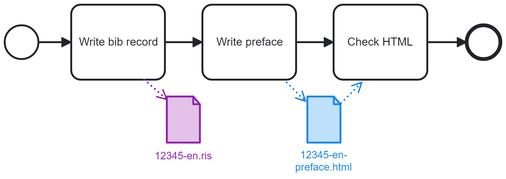
This is 3-AddInfo.png from japotrad/blue-sora, a BPMN export, as it was before one commit. Its source is kept beside it as 3-AddInfo.bpmn. Ids are renumbered. Source of this version:
```xml
<bpmn:definitions xmlns:bpmn="http://www.omg.org/spec/BPMN/20100524/MODEL" xmlns:bpmndi="http://www.omg.org/spec/BPMN/20100524/DI" xmlns:dc="http://www.omg.org/spec/DD/20100524/DC" xmlns:bioc="http://bpmn.io/schema/bpmn/biocolor/1.0" xmlns:color="http://www.omg.org/spec/BPMN/non-normative/color/1.0" xmlns:di="http://www.omg.org/spec/DD/20100524/DI" xmlns:modeler="http://camunda.org/schema/modeler/1.0" id="Definitions_n1" targetNamespace="http://bpmn.io/schema/bpmn" exporter="Camunda Modeler" exporterVersion="5.29.0" modeler:executionPlatform="Camunda Cloud" modeler:executionPlatformVersion="8.2.0">
  <bpmn:process id="buildDbk" name="buildDbk" isExecutable="true">
    <bpmn:dataObjectReference id="DataObjectReference_n2" name="12345-en-preface.html" dataObjectRef="DataObject_n3" />
    <bpmn:dataObjectReference id="DataObjectReference_n4" name="12345-en.ris" dataObjectRef="DataObject_n5" />
    <bpmn:task id="Activity_n6" name="Check HTML">
      <bpmn:documentation>Check conformance to a simplified XHTML format.</bpmn:documentation>
      <bpmn:incoming>Flow_n7</bpmn:incoming>
      <bpmn:outgoing>Flow_n8</bpmn:outgoing>
      <bpmn:property id="Property_n9" name="__targetRef_placeholder" />
      <bpmn:dataInputAssociation id="DataInputAssociation_n10">
        <bpmn:sourceRef>DataObjectReference_n2</bpmn:sourceRef>
        <bpmn:targetRef>Property_n9</bpmn:targetRef>
      </bpmn:dataInputAssociation>
    </bpmn:task>
    <bpmn:dataObject id="DataObject_n5" />
    <bpmn:dataObject id="DataObject_n3" />
    <bpmn:endEvent id="Event_n11">
      <bpmn:incoming>Flow_n8</bpmn:incoming>
    </bpmn:endEvent>
    <bpmn:sequenceFlow id="Flow_n8" sourceRef="Activity_n6" targetRef="Event_n11" />
    <bpmn:sequenceFlow id="Flow_n7" sourceRef="Activity_n12" targetRef="Activity_n6" />
    <bpmn:sequenceFlow id="Flow_n13" sourceRef="StartEvent_1" targetRef="Activity_n14" />
    <bpmn:sequenceFlow id="Flow_n15" sourceRef="Activity_n14" targetRef="Activity_n12" />
    <bpmn:startEvent id="StartEvent_1">
      <bpmn:outgoing>Flow_n13</bpmn:outgoing>
    </bpmn:startEvent>
    <bpmn:task id="Activity_n14" name="Write bib record">
      <bpmn:incoming>Flow_n13</bpmn:incoming>
      <bpmn:outgoing>Flow_n15</bpmn:outgoing>
      <bpmn:dataOutputAssociation id="DataOutputAssociation_n16">
        <bpmn:targetRef>DataObjectReference_n4</bpmn:targetRef>
      </bpmn:dataOutputAssociation>
    </bpmn:task>
    <bpmn:task id="Activity_n12" name="Write preface">
      <bpmn:incoming>Flow_n15</bpmn:incoming>
      <bpmn:outgoing>Flow_n7</bpmn:outgoing>
      <bpmn:dataOutputAssociation id="DataOutputAssociation_n17">
        <bpmn:targetRef>DataObjectReference_n2</bpmn:targetRef>
      </bpmn:dataOutputAssociation>
    </bpmn:task>
  </bpmn:process>
  <bpmndi:BPMNDiagram id="BPMNDiagram_1">
    <bpmndi:BPMNPlane id="BPMNPlane_1" bpmnElement="buildDbk">
      <bpmndi:BPMNShape id="_BPMNShape_StartEvent_2" bpmnElement="StartEvent_1">
        <dc:Bounds x="179" y="99" width="36" height="36" />
      </bpmndi:BPMNShape>
      <bpmndi:BPMNShape id="Activity_n14_di" bpmnElement="Activity_n14">
        <dc:Bounds x="250" y="77" width="100" height="80" />
        <bpmndi:BPMNLabel />
      </bpmndi:BPMNShape>
      <bpmndi:BPMNShape id="Activity_n12_di" bpmnElement="Activity_n12">
        <dc:Bounds x="390" y="77" width="100" height="80" />
        <bpmndi:BPMNLabel />
      </bpmndi:BPMNShape>
      <bpmndi:BPMNShape id="Activity_n6_di" bpmnElement="Activity_n6">
        <dc:Bounds x="530" y="77" width="100" height="80" />
        <bpmndi:BPMNLabel />
      </bpmndi:BPMNShape>
      <bpmndi:BPMNShape id="Event_n11_di" bpmnElement="Event_n11">
        <dc:Bounds x="672" y="99" width="36" height="36" />
      </bpmndi:BPMNShape>
      <bpmndi:BPMNShape id="DataObjectReference_n4_di" bpmnElement="DataObjectReference_n4" bioc:stroke="#8e24aa" bioc:fill="#e1bee7" color:background-color="#e1bee7" color:border-color="#8e24aa">
        <dc:Bounds x="352" y="175" width="36" height="50" />
        <bpmndi:BPMNLabel color:color="#8e24aa">
          <dc:Bounds x="339" y="232" width="62" height="14" />
        </bpmndi:BPMNLabel>
      </bpmndi:BPMNShape>
      <bpmndi:BPMNShape id="DataObjectReference_n2_di" bpmnElement="DataObjectReference_n2" bioc:stroke="#1e88e5" bioc:fill="#bbdefb" color:background-color="#bbdefb" color:border-color="#1e88e5">
        <dc:Bounds x="502" y="175" width="36" height="50" />
        <bpmndi:BPMNLabel>
          <dc:Bounds x="489" y="231" width="61" height="27" />
        </bpmndi:BPMNLabel>
      </bpmndi:BPMNShape>
      <bpmndi:BPMNEdge id="DataOutputAssociation_n17_di" bpmnElement="DataOutputAssociation_n17" bioc:stroke="#1e88e5" color:border-color="#1e88e5">
        <di:waypoint x="480" y="160" />
        <di:waypoint x="500" y="180" />
      </bpmndi:BPMNEdge>
      <bpmndi:BPMNEdge id="DataOutputAssociation_n16_di" bpmnElement="DataOutputAssociation_n16" bioc:stroke="#8e24aa" color:border-color="#8e24aa">
        <di:waypoint x="328" y="157" />
        <di:waypoint x="352" y="178" />
      </bpmndi:BPMNEdge>
      <bpmndi:BPMNEdge id="Flow_n15_di" bpmnElement="Flow_n15">
        <di:waypoint x="350" y="117" />
        <di:waypoint x="390" y="117" />
      </bpmndi:BPMNEdge>
      <bpmndi:BPMNEdge id="Flow_n8_di" bpmnElement="Flow_n8">
        <di:waypoint x="630" y="117" />
        <di:waypoint x="672" y="117" />
      </bpmndi:BPMNEdge>
      <bpmndi:BPMNEdge id="Flow_n13_di" bpmnElement="Flow_n13">
        <di:waypoint x="215" y="117" />
        <di:waypoint x="250" y="117" />
      </bpmndi:BPMNEdge>
      <bpmndi:BPMNEdge id="Flow_n7_di" bpmnElement="Flow_n7">
        <di:waypoint x="490" y="117" />
        <di:waypoint x="530" y="117" />
      </bpmndi:BPMNEdge>
      <bpmndi:BPMNEdge id="DataInputAssociation_n10_di" bpmnElement="DataInputAssociation_n10" bioc:stroke="#1e88e5" color:border-color="#1e88e5">
        <di:waypoint x="538" y="182" />
        <di:waypoint x="560" y="160" />
      </bpmndi:BPMNEdge>
    </bpmndi:BPMNPlane>
  </bpmndi:BPMNDiagram>
</bpmn:definitions>
```
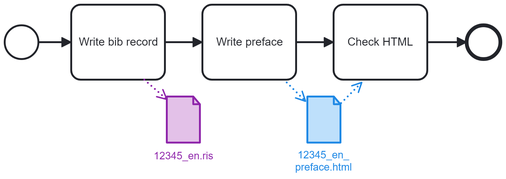
Above is the later version.

What changed in the source:
```diff
@@ -1,7 +1,7 @@
 <bpmn:definitions xmlns:bpmn="http://www.omg.org/spec/BPMN/20100524/MODEL" xmlns:bpmndi="http://www.omg.org/spec/BPMN/20100524/DI" xmlns:dc="http://www.omg.org/spec/DD/20100524/DC" xmlns:bioc="http://bpmn.io/schema/bpmn/biocolor/1.0" xmlns:color="http://www.omg.org/spec/BPMN/non-normative/color/1.0" xmlns:di="http://www.omg.org/spec/DD/20100524/DI" xmlns:modeler="http://camunda.org/schema/modeler/1.0" id="Definitions_n1" targetNamespace="http://bpmn.io/schema/bpmn" exporter="Camunda Modeler" exporterVersion="5.29.0" modeler:executionPlatform="Camunda Cloud" modeler:executionPlatformVersion="8.2.0">
   <bpmn:process id="buildDbk" name="buildDbk" isExecutable="true">
-    <bpmn:dataObjectReference id="DataObjectReference_n2" name="12345-en-preface.html" dataObjectRef="DataObject_n3" />
-    <bpmn:dataObjectReference id="DataObjectReference_n4" name="12345-en.ris" dataObjectRef="DataObject_n5" />
+    <bpmn:dataObjectReference id="DataObjectReference_n2" name="12345_en_&#10;preface.html" dataObjectRef="DataObject_n3" />
+    <bpmn:dataObjectReference id="DataObjectReference_n4" name="12345_en.ris" dataObjectRef="DataObject_n5" />
     <bpmn:task id="Activity_n6" name="Check HTML">
       <bpmn:documentation>Check conformance to a simplified XHTML format.</bpmn:documentation>
       <bpmn:incoming>Flow_n7</bpmn:incoming>
@@ -41,6 +41,25 @@
   </bpmn:process>
   <bpmndi:BPMNDiagram id="BPMNDiagram_1">
     <bpmndi:BPMNPlane id="BPMNPlane_1" bpmnElement="buildDbk">
+      <bpmndi:BPMNShape id="DataObjectReference_n2_di" bpmnElement="DataObjectReference_n2" bioc:stroke="#1e88e5" bioc:fill="#bbdefb" color:background-color="#bbdefb" color:border-color="#1e88e5">
+        <dc:Bounds x="502" y="175" width="36" height="50" />
+        <bpmndi:BPMNLabel>
+          <dc:Bounds x="489" y="231" width="62" height="27" />
+        </bpmndi:BPMNLabel>
+      </bpmndi:BPMNShape>
+      <bpmndi:BPMNShape id="DataObjectReference_n4_di" bpmnElement="DataObjectReference_n4" bioc:stroke="#8e24aa" bioc:fill="#e1bee7" color:background-color="#e1bee7" color:border-color="#8e24aa">
+        <dc:Bounds x="352" y="175" width="36" height="50" />
+        <bpmndi:BPMNLabel color:color="#8e24aa">
+          <dc:Bounds x="338" y="232" width="65" height="14" />
+        </bpmndi:BPMNLabel>
+      </bpmndi:BPMNShape>
+      <bpmndi:BPMNShape id="Activity_n6_di" bpmnElement="Activity_n6">
+        <dc:Bounds x="530" y="77" width="100" height="80" />
+        <bpmndi:BPMNLabel />
+      </bpmndi:BPMNShape>
+      <bpmndi:BPMNShape id="Event_n11_di" bpmnElement="Event_n11">
+        <dc:Bounds x="672" y="99" width="36" height="36" />
+      </bpmndi:BPMNShape>
       <bpmndi:BPMNShape id="_BPMNShape_StartEvent_2" bpmnElement="StartEvent_1">
         <dc:Bounds x="179" y="99" width="36" height="36" />
       </bpmndi:BPMNShape>
@@ -52,52 +71,33 @@
         <dc:Bounds x="390" y="77" width="100" height="80" />
         <bpmndi:BPMNLabel />
       </bpmndi:BPMNShape>
-      <bpmndi:BPMNShape id="Activity_n6_di" bpmnElement="Activity_n6">
-        <dc:Bounds x="530" y="77" width="100" height="80" />
-        <bpmndi:BPMNLabel />
-      </bpmndi:BPMNShape>
-      <bpmndi:BPMNShape id="Event_n11_di" bpmnElement="Event_n11">
-        <dc:Bounds x="672" y="99" width="36" height="36" />
-      </bpmndi:BPMNShape>
-      <bpmndi:BPMNShape id="DataObjectReference_n4_di" bpmnElement="DataObjectReference_n4" bioc:stroke="#8e24aa" bioc:fill="#e1bee7" color:background-color="#e1bee7" color:border-color="#8e24aa">
-        <dc:Bounds x="352" y="175" width="36" height="50" />
-        <bpmndi:BPMNLabel color:color="#8e24aa">
-          <dc:Bounds x="339" y="232" width="62" height="14" />
-        </bpmndi:BPMNLabel>
-      </bpmndi:BPMNShape>
-      <bpmndi:BPMNShape id="DataObjectReference_n2_di" bpmnElement="DataObjectReference_n2" bioc:stroke="#1e88e5" bioc:fill="#bbdefb" color:background-color="#bbdefb" color:border-color="#1e88e5">
-        <dc:Bounds x="502" y="175" width="36" height="50" />
-        <bpmndi:BPMNLabel>
-          <dc:Bounds x="489" y="231" width="61" height="27" />
-        </bpmndi:BPMNLabel>
-      </bpmndi:BPMNShape>
-      <bpmndi:BPMNEdge id="DataOutputAssociation_n17_di" bpmnElement="DataOutputAssociation_n17" bioc:stroke="#1e88e5" color:border-color="#1e88e5">
-        <di:waypoint x="480" y="160" />
-        <di:waypoint x="500" y="180" />
+      <bpmndi:BPMNEdge id="DataInputAssociation_n10_di" bpmnElement="DataInputAssociation_n10" bioc:stroke="#1e88e5" color:border-color="#1e88e5">
+        <di:waypoint x="538" y="182" />
+        <di:waypoint x="560" y="160" />
+      </bpmndi:BPMNEdge>
+      <bpmndi:BPMNEdge id="Flow_n8_di" bpmnElement="Flow_n8">
+        <di:waypoint x="630" y="117" />
+        <di:waypoint x="672" y="117" />
+      </bpmndi:BPMNEdge>
+      <bpmndi:BPMNEdge id="Flow_n7_di" bpmnElement="Flow_n7">
+        <di:waypoint x="490" y="117" />
+        <di:waypoint x="530" y="117" />
+      </bpmndi:BPMNEdge>
+      <bpmndi:BPMNEdge id="Flow_n13_di" bpmnElement="Flow_n13">
+        <di:waypoint x="215" y="117" />
+        <di:waypoint x="250" y="117" />
+      </bpmndi:BPMNEdge>
+      <bpmndi:BPMNEdge id="Flow_n15_di" bpmnElement="Flow_n15">
+        <di:waypoint x="350" y="117" />
+        <di:waypoint x="390" y="117" />
       </bpmndi:BPMNEdge>
       <bpmndi:BPMNEdge id="DataOutputAssociation_n16_di" bpmnElement="DataOutputAssociation_n16" bioc:stroke="#8e24aa" color:border-color="#8e24aa">
         <di:waypoint x="328" y="157" />
         <di:waypoint x="352" y="178" />
       </bpmndi:BPMNEdge>
-      <bpmndi:BPMNEdge id="Flow_n15_di" bpmnElement="Flow_n15">
-        <di:waypoint x="350" y="117" />
-        <di:waypoint x="390" y="117" />
-      </bpmndi:BPMNEdge>
-      <bpmndi:BPMNEdge id="Flow_n8_di" bpmnElement="Flow_n8">
-        <di:waypoint x="630" y="117" />
-        <di:waypoint x="672" y="117" />
-      </bpmndi:BPMNEdge>
-      <bpmndi:BPMNEdge id="Flow_n13_di" bpmnElement="Flow_n13">
-        <di:waypoint x="215" y="117" />
-        <di:waypoint x="250" y="117" />
-      </bpmndi:BPMNEdge>
-      <bpmndi:BPMNEdge id="Flow_n7_di" bpmnElement="Flow_n7">
-        <di:waypoint x="490" y="117" />
-        <di:waypoint x="530" y="117" />
-      </bpmndi:BPMNEdge>
-      <bpmndi:BPMNEdge id="DataInputAssociation_n10_di" bpmnElement="DataInputAssociation_n10" bioc:stroke="#1e88e5" color:border-color="#1e88e5">
-        <di:waypoint x="538" y="182" />
-        <di:waypoint x="560" y="160" />
+      <bpmndi:BPMNEdge id="DataOutputAssociation_n17_di" bpmnElement="DataOutputAssociation_n17" bioc:stroke="#1e88e5" color:border-color="#1e88e5">
+        <di:waypoint x="480" y="160" />
+        <di:waypoint x="500" y="180" />
       </bpmndi:BPMNEdge>
     </bpmndi:BPMNPlane>
   </bpmndi:BPMNDiagram>
```
